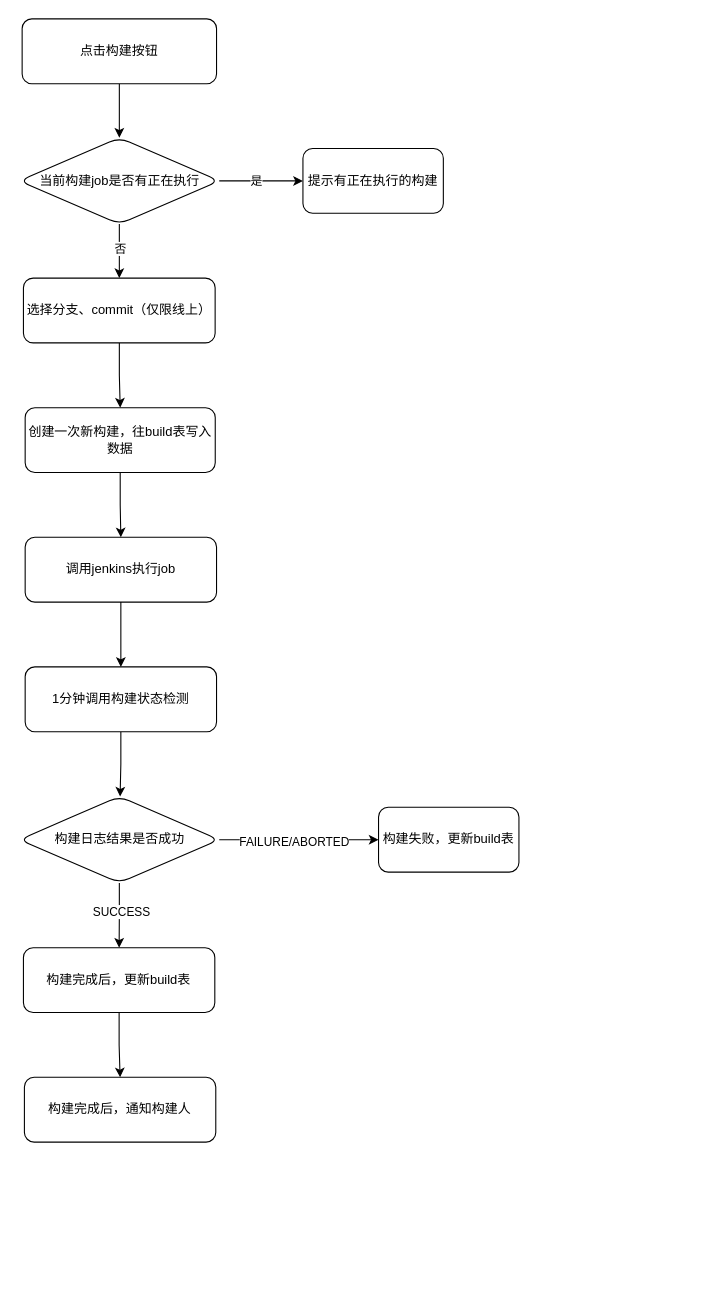
The draw.io diagram build.drawio in wupei-w/diagrams, before the edit. Source tidied: cells renumbered, new cells numbered last; positions are measured from the earlier drawing's top-left corner, leaving out a move shared by most shapes. Both pictures are drawn from the tidied source at 108%, with x=0, y=0 at pixel (19, 18).
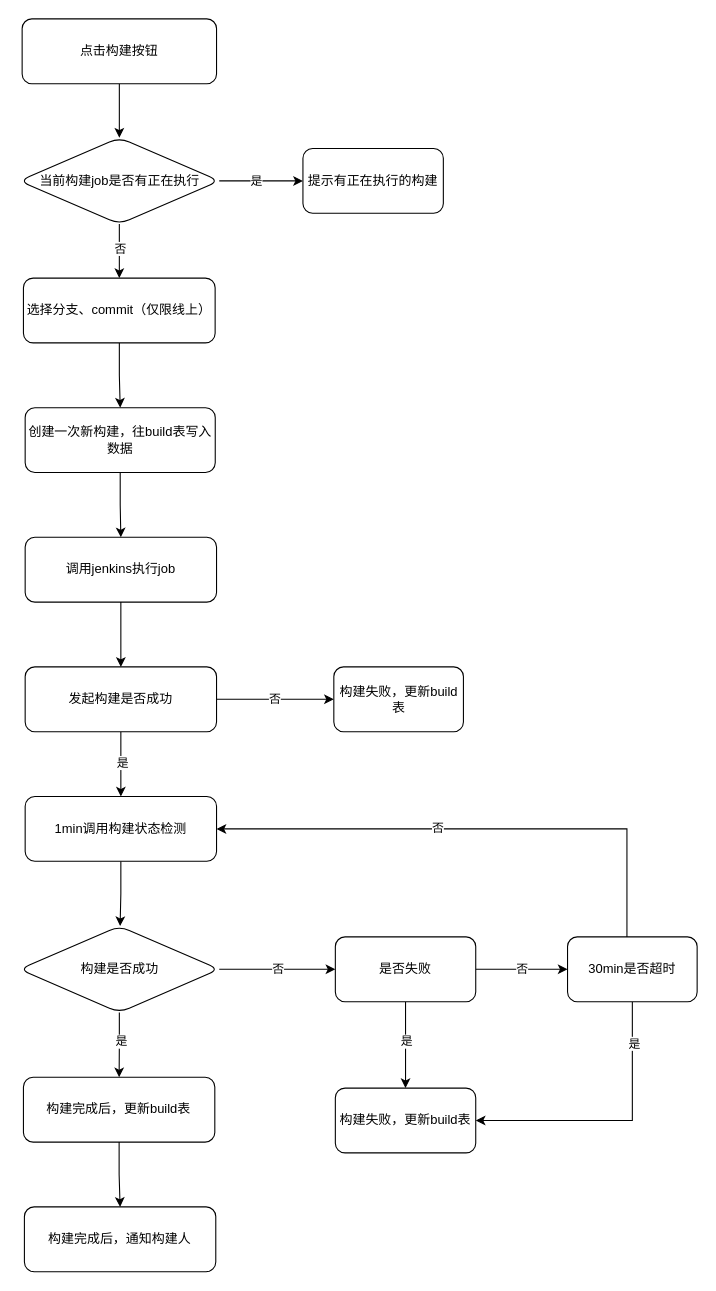
The same page after the edit.

The change refers to these unchanged cells:
```xml
<mxCell id="15" value="调用jenkins执行job" style="whiteSpace=wrap;html=1;rounded=1;" parent="1" vertex="1">
  <mxGeometry x="4.8" y="480" width="177.2" height="60" as="geometry" />
</mxCell>
<mxCell id="19" style="edgeStyle=orthogonalEdgeStyle;rounded=0;jettySize=auto;html=1;" parent="1" edge="1" source="23" target="25">
  <mxGeometry relative="1" as="geometry" />
</mxCell>
```

What changed in the source:
```diff
@@
-    <mxCell id="14" style="edgeStyle=orthogonalEdgeStyle;rounded=0;jettySize=auto;html=1;" parent="1" edge="1" source="15" target="17">
-      <mxGeometry relative="1" as="geometry" />
-    </mxCell>
+    <mxCell id="27" style="edgeStyle=orthogonalEdgeStyle;rounded=0;jettySize=auto;html=1;" parent="1" edge="1" source="15" target="37">
+      <mxGeometry relative="1" as="geometry" />
+    </mxCell>
@@
     <mxCell id="16" style="edgeStyle=orthogonalEdgeStyle;rounded=0;jettySize=auto;html=1;" parent="1" edge="1" source="17">
       <mxGeometry relative="1" as="geometry">
-        <mxPoint x="92.7" y="720" as="targetPoint" />
+        <mxPoint x="92.7" y="840" as="targetPoint" />
       </mxGeometry>
     </mxCell>
-    <mxCell id="17" value="1分钟调用构建状态检测" style="whiteSpace=wrap;html=1;rounded=1;" parent="1" vertex="1">
-      <mxGeometry x="4.8" y="600" width="177.2" height="60" as="geometry" />
+    <mxCell id="17" value="1min调用构建状态检测" style="whiteSpace=wrap;html=1;rounded=1;" parent="1" vertex="1">
+      <mxGeometry x="4.8" y="720" width="177.2" height="60" as="geometry" />
     </mxCell>
     <mxCell id="18" value="构建完成后，通知构建人" style="whiteSpace=wrap;html=1;rounded=1;" parent="1" vertex="1">
-      <mxGeometry x="4.1" y="980" width="177.2" height="60" as="geometry" />
+      <mxGeometry x="4.1" y="1100" width="177.2" height="60" as="geometry" />
     </mxCell>
@@
-    <mxCell id="20" value="SUCCESS" style="edgeLabel;html=1;align=center;verticalAlign=middle;" parent="19" vertex="1">
+    <mxCell id="20" value="是" style="edgeLabel;html=1;align=center;verticalAlign=middle;" parent="19" vertex="1">
       <mxGeometry x="-0.15" y="1" relative="1" as="geometry" />
     </mxCell>
-    <mxCell id="21" style="edgeStyle=orthogonalEdgeStyle;rounded=0;jettySize=auto;html=1;" parent="1" edge="1" source="23" target="26">
+    <mxCell id="21" value="否" style="edgeStyle=orthogonalEdgeStyle;rounded=0;jettySize=auto;html=1;" parent="1" edge="1" source="23" target="26">
       <mxGeometry relative="1" as="geometry" />
     </mxCell>
-    <mxCell id="22" value="FAILURE/ABORTED" style="edgeLabel;html=1;align=center;verticalAlign=middle;" parent="21" vertex="1">
-      <mxGeometry x="-0.06" y="-1" relative="1" as="geometry" />
-    </mxCell>
-    <mxCell id="23" value="构建日志结果是否成功" style="rhombus;whiteSpace=wrap;html=1;rounded=1;" parent="1" vertex="1">
-      <mxGeometry x="-0.5" y="720" width="185" height="80" as="geometry" />
+    <mxCell id="23" value="构建是否成功" style="rhombus;whiteSpace=wrap;html=1;rounded=1;" parent="1" vertex="1">
+      <mxGeometry x="-0.5" y="840" width="185" height="80" as="geometry" />
     </mxCell>
@@
     <mxCell id="25" value="构建完成后，更新build表" style="whiteSpace=wrap;html=1;rounded=1;" parent="1" vertex="1">
-      <mxGeometry x="3.2" y="860" width="177.2" height="60" as="geometry" />
+      <mxGeometry x="3.2" y="980" width="177.2" height="60" as="geometry" />
     </mxCell>
+    <mxCell id="28" style="edgeStyle=orthogonalEdgeStyle;rounded=0;jettySize=auto;html=1;" parent="1" edge="1" source="26" target="32">
+      <mxGeometry relative="1" as="geometry" />
+    </mxCell>
+    <mxCell id="29" value="是" style="edgeLabel;html=1;align=center;verticalAlign=middle;" parent="28" vertex="1">
+      <mxGeometry x="-0.1" relative="1" as="geometry" />
+    </mxCell>
+    <mxCell id="30" style="edgeStyle=orthogonalEdgeStyle;rounded=0;jettySize=auto;html=1;" parent="1" edge="1" source="26" target="43">
+      <mxGeometry relative="1" as="geometry" />
+    </mxCell>
+    <mxCell id="31" value="否" style="edgeLabel;html=1;align=center;verticalAlign=middle;" parent="30" vertex="1">
+      <mxGeometry x="-0.01" y="1" relative="1" as="geometry" />
+    </mxCell>
-    <mxCell id="26" value="构建失败，更新build表" style="whiteSpace=wrap;html=1;rounded=1;" parent="1" vertex="1">
-      <mxGeometry x="332" y="730" width="130" height="60" as="geometry" />
+    <mxCell id="26" value="是否失败" style="whiteSpace=wrap;html=1;rounded=1;" parent="1" vertex="1">
+      <mxGeometry x="292" y="850" width="130" height="60" as="geometry" />
     </mxCell>
+    <mxCell id="32" value="构建失败，更新build表" style="whiteSpace=wrap;html=1;rounded=1;" parent="1" vertex="1">
+      <mxGeometry x="292" y="990" width="130" height="60" as="geometry" />
+    </mxCell>
+    <mxCell id="33" style="edgeStyle=orthogonalEdgeStyle;rounded=0;jettySize=auto;html=1;" parent="1" edge="1" source="37" target="17">
+      <mxGeometry relative="1" as="geometry" />
+    </mxCell>
+    <mxCell id="34" value="是" style="edgeLabel;html=1;align=center;verticalAlign=middle;" parent="33" vertex="1">
+      <mxGeometry x="-0.07" y="1" relative="1" as="geometry" />
+    </mxCell>
+    <mxCell id="35" style="edgeStyle=orthogonalEdgeStyle;rounded=0;jettySize=auto;html=1;" parent="1" edge="1" source="37" target="38">
+      <mxGeometry relative="1" as="geometry" />
+    </mxCell>
+    <mxCell id="36" value="否" style="edgeLabel;html=1;align=center;verticalAlign=middle;" parent="35" vertex="1">
+      <mxGeometry x="-0.02" y="1" relative="1" as="geometry" />
+    </mxCell>
+    <mxCell id="37" value="发起构建是否成功" style="whiteSpace=wrap;html=1;rounded=1;" parent="1" vertex="1">
+      <mxGeometry x="4.8" y="600" width="177.2" height="60" as="geometry" />
+    </mxCell>
+    <mxCell id="38" value="构建失败，更新build表" style="whiteSpace=wrap;html=1;rounded=1;" parent="1" vertex="1">
+      <mxGeometry x="290.6" y="600" width="120" height="60" as="geometry" />
+    </mxCell>
+    <mxCell id="39" style="edgeStyle=orthogonalEdgeStyle;rounded=0;jettySize=auto;html=1;entryX=1;entryY=0.5;entryDx=0;entryDy=0;" parent="1" edge="1" source="43" target="17">
+      <mxGeometry relative="1" as="geometry">
+        <Array as="points">
+          <mxPoint x="562" y="750" />
+        </Array>
+      </mxGeometry>
+    </mxCell>
+    <mxCell id="40" value="否" style="edgeLabel;html=1;align=center;verticalAlign=middle;" parent="39" vertex="1">
+      <mxGeometry x="0.15" y="-2" relative="1" as="geometry" />
+    </mxCell>
+    <mxCell id="41" style="edgeStyle=orthogonalEdgeStyle;rounded=0;jettySize=auto;html=1;entryX=1;entryY=0.5;entryDx=0;entryDy=0;" parent="1" edge="1" source="43" target="32">
+      <mxGeometry relative="1" as="geometry">
+        <Array as="points">
+          <mxPoint x="567" y="1020" />
+        </Array>
+      </mxGeometry>
+    </mxCell>
+    <mxCell id="42" value="是" style="edgeLabel;html=1;align=center;verticalAlign=middle;" parent="41" vertex="1">
+      <mxGeometry x="-0.7" y="1" relative="1" as="geometry" />
+    </mxCell>
+    <mxCell id="43" value="30min是否超时" style="whiteSpace=wrap;html=1;rounded=1;" parent="1" vertex="1">
+      <mxGeometry x="507" y="850" width="120" height="60" as="geometry" />
+    </mxCell>
```
